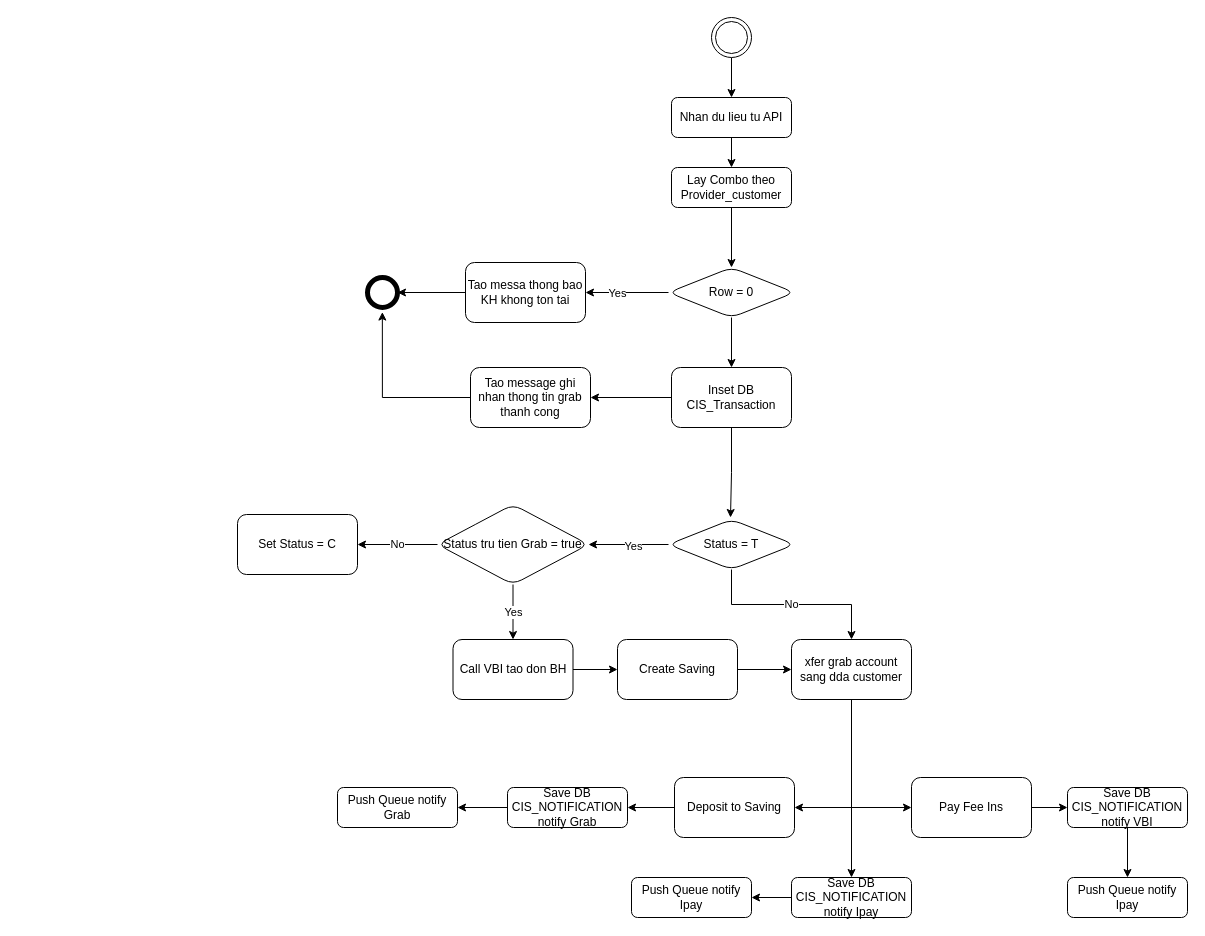
Above: page "Deduct" (2 of 3) of Biểu đồ không có tiêu đề.drawio in tranhieunknd/testgit (draw.io), before the change. Source tidied: cells renumbered, new cells numbered last; positions are measured from the earlier drawing's top-left corner, leaving out a move shared by most shapes. Both pictures are drawn from the tidied source at 100%, with x=0, y=0 at pixel (237, 17).
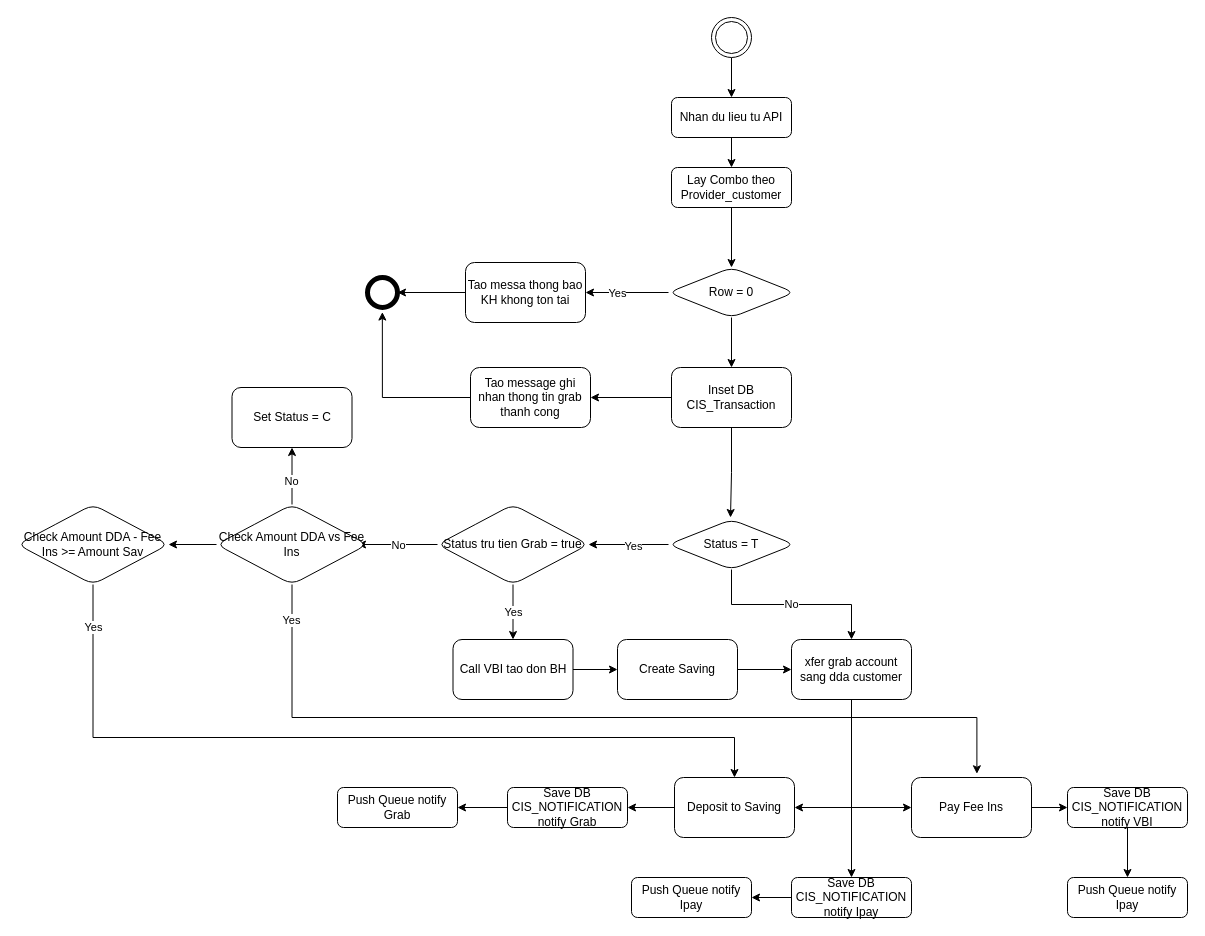
After the change.

The change refers to these unchanged cells:
```xml
<mxCell id="21" value="Status tru tien Grab = true" style="rhombus;whiteSpace=wrap;html=1;rounded=1;glass=0;strokeWidth=1;shadow=0;" parent="1" vertex="1">
  <mxGeometry x="200" y="487" width="151" height="80" as="geometry" />
</mxCell>
<mxCell id="32" value="Pay Fee Ins" style="whiteSpace=wrap;html=1;rounded=1;glass=0;strokeWidth=1;shadow=0;" parent="1" vertex="1">
  <mxGeometry x="674" y="760" width="120" height="60" as="geometry" />
</mxCell>
<mxCell id="39" value="Deposit to Saving" style="whiteSpace=wrap;html=1;rounded=1;glass=0;strokeWidth=1;shadow=0;" parent="1" vertex="1">
  <mxGeometry x="437" y="760" width="120" height="60" as="geometry" />
</mxCell>
```

Diff of the diagram source:
```diff
@@
-    <mxCell id="19" value="No" style="edgeStyle=orthogonalEdgeStyle;rounded=0;jettySize=auto;html=1;" parent="1" edge="1" source="21" target="22">
-      <mxGeometry relative="1" as="geometry" />
+    <mxCell id="19" value="No" style="edgeStyle=orthogonalEdgeStyle;rounded=0;jettySize=auto;html=1;" parent="1" edge="1" source="21">
+      <mxGeometry relative="1" as="geometry">
+        <mxPoint x="120" y="527" as="targetPoint" />
+      </mxGeometry>
     </mxCell>
@@
-    <mxCell id="22" value="Set Status = C" style="whiteSpace=wrap;html=1;rounded=1;glass=0;strokeWidth=1;shadow=0;" parent="1" vertex="1">
-      <mxGeometry y="497" width="120" height="60" as="geometry" />
-    </mxCell>
@@
+    <mxCell id="49" style="edgeStyle=orthogonalEdgeStyle;rounded=0;jettySize=auto;html=1;" parent="1" edge="1" source="52" target="22">
+      <mxGeometry relative="1" as="geometry" />
+    </mxCell>
+    <mxCell id="50" value="No" style="edgeLabel;html=1;align=center;verticalAlign=middle;" parent="49" vertex="1">
+      <mxGeometry x="-0.16" y="1" relative="1" as="geometry" />
+    </mxCell>
+    <mxCell id="51" style="edgeStyle=orthogonalEdgeStyle;rounded=0;jettySize=auto;html=1;" parent="1" edge="1" source="52" target="57">
+      <mxGeometry relative="1" as="geometry" />
+    </mxCell>
+    <mxCell id="52" value="Check Amount DDA vs Fee Ins" style="rhombus;whiteSpace=wrap;html=1;rounded=1;glass=0;strokeWidth=1;shadow=0;" parent="1" vertex="1">
+      <mxGeometry x="-21" y="487" width="151" height="80" as="geometry" />
+    </mxCell>
+    <mxCell id="22" value="Set Status = C" style="whiteSpace=wrap;html=1;rounded=1;glass=0;strokeWidth=1;shadow=0;" parent="1" vertex="1">
+      <mxGeometry x="-5.5" y="370" width="120" height="60" as="geometry" />
+    </mxCell>
+    <mxCell id="53" style="edgeStyle=orthogonalEdgeStyle;rounded=0;jettySize=auto;html=1;entryX=0.545;entryY=-0.062;entryDx=0;entryDy=0;entryPerimeter=0;" parent="1" edge="1" source="52" target="32">
+      <mxGeometry relative="1" as="geometry">
+        <Array as="points">
+          <mxPoint x="55" y="700" />
+          <mxPoint x="739" y="700" />
+        </Array>
+      </mxGeometry>
+    </mxCell>
+    <mxCell id="54" value="Yes" style="edgeLabel;html=1;align=center;verticalAlign=middle;" parent="53" vertex="1">
+      <mxGeometry x="-0.92" y="-1" relative="1" as="geometry" />
+    </mxCell>
+    <mxCell id="55" style="edgeStyle=orthogonalEdgeStyle;rounded=0;jettySize=auto;html=1;entryX=0.5;entryY=0;entryDx=0;entryDy=0;" parent="1" edge="1" source="57" target="39">
+      <mxGeometry relative="1" as="geometry">
+        <Array as="points">
+          <mxPoint x="-145" y="720" />
+          <mxPoint x="497" y="720" />
+        </Array>
+      </mxGeometry>
+    </mxCell>
+    <mxCell id="56" value="Yes" style="edgeLabel;html=1;align=center;verticalAlign=middle;" parent="55" vertex="1">
+      <mxGeometry x="-0.9" relative="1" as="geometry" />
+    </mxCell>
+    <mxCell id="57" value="Check Amount DDA - Fee Ins &amp;gt;= Amount Sav" style="rhombus;whiteSpace=wrap;html=1;rounded=1;glass=0;strokeWidth=1;shadow=0;" parent="1" vertex="1">
+      <mxGeometry x="-220" y="487" width="151" height="80" as="geometry" />
+    </mxCell>
```
